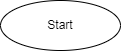
Earlier version of the draw.io export Work/EXP002/diagram.drawio.png (Evgeniya120/HomeWork). Source tidied: cells renumbered, new cells last; positions are measured from the earlier drawing's top-left corner, leaving out a move shared by most shapes.
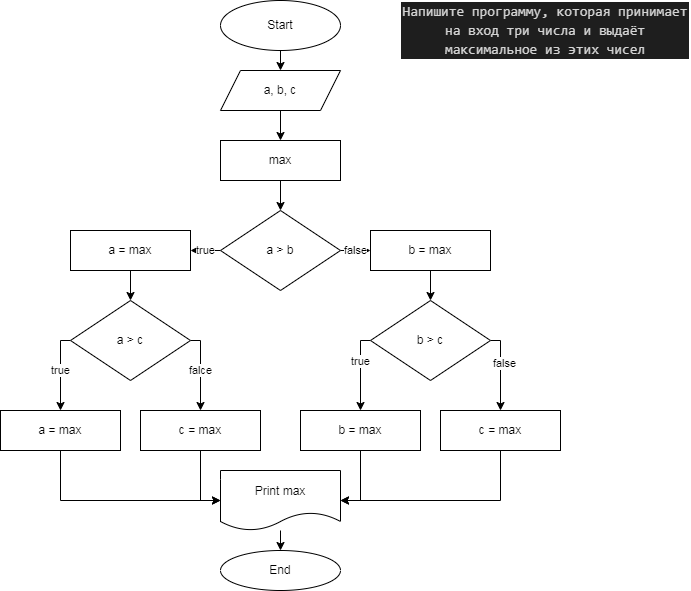
The same file after the commit.

Commit message:
Создали диаграмму для второй задачи

Diff of the diagram source:
```diff
@@ -2,8 +2,143 @@
   <root>
     <mxCell id="0" />
     <mxCell id="1" parent="0" />
+    <mxCell id="3" style="edgeStyle=none;html=1;entryX=0.5;entryY=0;entryDx=0;entryDy=0;" parent="1" edge="1" source="2" target="6">
+      <mxGeometry relative="1" as="geometry" />
+    </mxCell>
     <mxCell id="2" value="Start" style="ellipse;whiteSpace=wrap;html=1;" parent="1" vertex="1">
       <mxGeometry width="120" height="50" as="geometry" />
     </mxCell>
+    <mxCell id="4" value="&lt;div style=&quot;color: rgb(212 , 212 , 212) ; background-color: rgb(30 , 30 , 30) ; font-family: &amp;#34;consolas&amp;#34; , &amp;#34;courier new&amp;#34; , monospace ; font-size: 14px ; line-height: 19px&quot;&gt;Напишите программу, которая принимает на вход три числа и выдаёт максимальное из этих чисел&lt;/div&gt;" style="text;html=1;strokeColor=none;fillColor=none;align=center;verticalAlign=middle;whiteSpace=wrap;rounded=0;" parent="1" vertex="1">
+      <mxGeometry x="180" width="290" height="60" as="geometry" />
+    </mxCell>
+    <mxCell id="5" style="edgeStyle=none;html=1;entryX=0.5;entryY=0;entryDx=0;entryDy=0;" parent="1" edge="1" source="6" target="8">
+      <mxGeometry relative="1" as="geometry" />
+    </mxCell>
+    <mxCell id="6" value="a, b, c" style="shape=parallelogram;perimeter=parallelogramPerimeter;whiteSpace=wrap;html=1;fixedSize=1;" parent="1" vertex="1">
+      <mxGeometry y="70" width="120" height="40" as="geometry" />
+    </mxCell>
+    <mxCell id="7" style="edgeStyle=none;html=1;entryX=0.5;entryY=0;entryDx=0;entryDy=0;" parent="1" edge="1" source="8" target="11">
+      <mxGeometry relative="1" as="geometry" />
+    </mxCell>
+    <mxCell id="8" value="max" style="rounded=0;whiteSpace=wrap;html=1;" parent="1" vertex="1">
+      <mxGeometry y="140" width="120" height="40" as="geometry" />
+    </mxCell>
+    <mxCell id="9" value="false" style="edgeStyle=none;html=1;entryX=0;entryY=0.5;entryDx=0;entryDy=0;" parent="1" edge="1" source="11" target="24">
+      <mxGeometry relative="1" as="geometry" />
+    </mxCell>
+    <mxCell id="10" value="true" style="edgeStyle=none;html=1;entryX=1;entryY=0.5;entryDx=0;entryDy=0;" parent="1" edge="1" source="11" target="22">
+      <mxGeometry relative="1" as="geometry" />
+    </mxCell>
+    <mxCell id="11" value="a &amp;gt; b" style="rhombus;whiteSpace=wrap;html=1;" parent="1" vertex="1">
+      <mxGeometry y="210" width="120" height="80" as="geometry" />
+    </mxCell>
+    <mxCell id="12" value="falce" style="edgeStyle=none;rounded=0;html=1;entryX=0.5;entryY=0;entryDx=0;entryDy=0;exitX=1;exitY=0.5;exitDx=0;exitDy=0;" parent="1" edge="1" source="14" target="30">
+      <mxGeometry relative="1" as="geometry">
+        <Array as="points">
+          <mxPoint x="-20" y="340" />
+        </Array>
+      </mxGeometry>
+    </mxCell>
+    <mxCell id="13" value="true" style="edgeStyle=none;rounded=0;html=1;entryX=0.5;entryY=0;entryDx=0;entryDy=0;exitX=0;exitY=0.5;exitDx=0;exitDy=0;" parent="1" edge="1" source="14" target="32">
+      <mxGeometry relative="1" as="geometry">
+        <Array as="points">
+          <mxPoint x="-160" y="340" />
+        </Array>
+      </mxGeometry>
+    </mxCell>
+    <mxCell id="14" value="a &amp;gt; c" style="rhombus;whiteSpace=wrap;html=1;" parent="1" vertex="1">
+      <mxGeometry x="-150" y="300" width="120" height="80" as="geometry" />
+    </mxCell>
+    <mxCell id="15" style="edgeStyle=none;html=1;exitX=1;exitY=0.5;exitDx=0;exitDy=0;strokeColor=none;" parent="1" edge="1" source="20" target="28">
+      <mxGeometry relative="1" as="geometry">
+        <Array as="points">
+          <mxPoint x="290" y="340" />
+        </Array>
+      </mxGeometry>
+    </mxCell>
+    <mxCell id="16" style="edgeStyle=none;html=1;entryX=0.5;entryY=0;entryDx=0;entryDy=0;exitX=0;exitY=0.5;exitDx=0;exitDy=0;rounded=0;" parent="1" edge="1" source="20" target="26">
+      <mxGeometry relative="1" as="geometry">
+        <Array as="points">
+          <mxPoint x="140" y="340" />
+        </Array>
+      </mxGeometry>
+    </mxCell>
+    <mxCell id="17" value="true" style="edgeLabel;html=1;align=center;verticalAlign=middle;" parent="16" vertex="1">
+      <mxGeometry x="-0.25" y="-1" relative="1" as="geometry" />
+    </mxCell>
+    <mxCell id="18" style="edgeStyle=none;rounded=0;html=1;entryX=0.5;entryY=0;entryDx=0;entryDy=0;exitX=1;exitY=0.5;exitDx=0;exitDy=0;" parent="1" edge="1" source="20" target="28">
+      <mxGeometry relative="1" as="geometry">
+        <Array as="points">
+          <mxPoint x="280" y="340" />
+        </Array>
+      </mxGeometry>
+    </mxCell>
+    <mxCell id="19" value="false" style="edgeLabel;html=1;align=center;verticalAlign=middle;" parent="18" vertex="1">
+      <mxGeometry x="-0.2" y="3" relative="1" as="geometry" />
+    </mxCell>
+    <mxCell id="20" value="b &amp;gt; c" style="rhombus;whiteSpace=wrap;html=1;" parent="1" vertex="1">
+      <mxGeometry x="150" y="300" width="120" height="80" as="geometry" />
+    </mxCell>
+    <mxCell id="21" style="edgeStyle=none;html=1;entryX=0.5;entryY=0;entryDx=0;entryDy=0;" parent="1" edge="1" source="22" target="14">
+      <mxGeometry relative="1" as="geometry" />
+    </mxCell>
+    <mxCell id="22" value="a = max" style="rounded=0;whiteSpace=wrap;html=1;" parent="1" vertex="1">
+      <mxGeometry x="-150" y="230" width="120" height="40" as="geometry" />
+    </mxCell>
+    <mxCell id="23" style="edgeStyle=none;html=1;" parent="1" edge="1" source="24" target="20">
+      <mxGeometry relative="1" as="geometry" />
+    </mxCell>
+    <mxCell id="24" value="b = max" style="rounded=0;whiteSpace=wrap;html=1;" parent="1" vertex="1">
+      <mxGeometry x="150" y="230" width="120" height="40" as="geometry" />
+    </mxCell>
+    <mxCell id="25" style="edgeStyle=none;rounded=0;html=1;entryX=1;entryY=0.5;entryDx=0;entryDy=0;" parent="1" edge="1" source="26" target="34">
+      <mxGeometry relative="1" as="geometry">
+        <Array as="points">
+          <mxPoint x="140" y="500" />
+        </Array>
+      </mxGeometry>
+    </mxCell>
+    <mxCell id="26" value="b = max" style="rounded=0;whiteSpace=wrap;html=1;" parent="1" vertex="1">
+      <mxGeometry x="80" y="410" width="120" height="40" as="geometry" />
+    </mxCell>
+    <mxCell id="27" style="edgeStyle=none;rounded=0;html=1;entryX=1;entryY=0.5;entryDx=0;entryDy=0;" parent="1" edge="1" source="28" target="34">
+      <mxGeometry relative="1" as="geometry">
+        <Array as="points">
+          <mxPoint x="280" y="500" />
+        </Array>
+      </mxGeometry>
+    </mxCell>
+    <mxCell id="28" value="c = max" style="rounded=0;whiteSpace=wrap;html=1;" parent="1" vertex="1">
+      <mxGeometry x="220" y="410" width="120" height="40" as="geometry" />
+    </mxCell>
+    <mxCell id="29" style="edgeStyle=none;rounded=0;html=1;entryX=0;entryY=0.5;entryDx=0;entryDy=0;" parent="1" edge="1" source="30" target="34">
+      <mxGeometry relative="1" as="geometry">
+        <Array as="points">
+          <mxPoint x="-20" y="500" />
+        </Array>
+      </mxGeometry>
+    </mxCell>
+    <mxCell id="30" value="c = max" style="rounded=0;whiteSpace=wrap;html=1;" parent="1" vertex="1">
+      <mxGeometry x="-80" y="410" width="120" height="40" as="geometry" />
+    </mxCell>
+    <mxCell id="31" style="edgeStyle=none;rounded=0;html=1;entryX=0;entryY=0.5;entryDx=0;entryDy=0;exitX=0.5;exitY=1;exitDx=0;exitDy=0;" parent="1" edge="1" source="32" target="34">
+      <mxGeometry relative="1" as="geometry">
+        <Array as="points">
+          <mxPoint x="-160" y="500" />
+        </Array>
+      </mxGeometry>
+    </mxCell>
+    <mxCell id="32" value="a = max" style="rounded=0;whiteSpace=wrap;html=1;" parent="1" vertex="1">
+      <mxGeometry x="-220" y="410" width="120" height="40" as="geometry" />
+    </mxCell>
+    <mxCell id="33" style="edgeStyle=none;rounded=0;html=1;" parent="1" edge="1" source="34" target="35">
+      <mxGeometry relative="1" as="geometry" />
+    </mxCell>
+    <mxCell id="34" value="Print max" style="shape=document;whiteSpace=wrap;html=1;boundedLbl=1;" parent="1" vertex="1">
+      <mxGeometry y="470" width="120" height="60" as="geometry" />
+    </mxCell>
+    <mxCell id="35" value="End" style="ellipse;whiteSpace=wrap;html=1;" parent="1" vertex="1">
+      <mxGeometry y="550" width="120" height="40" as="geometry" />
+    </mxCell>
   </root>
 </mxGraphModel>
```
